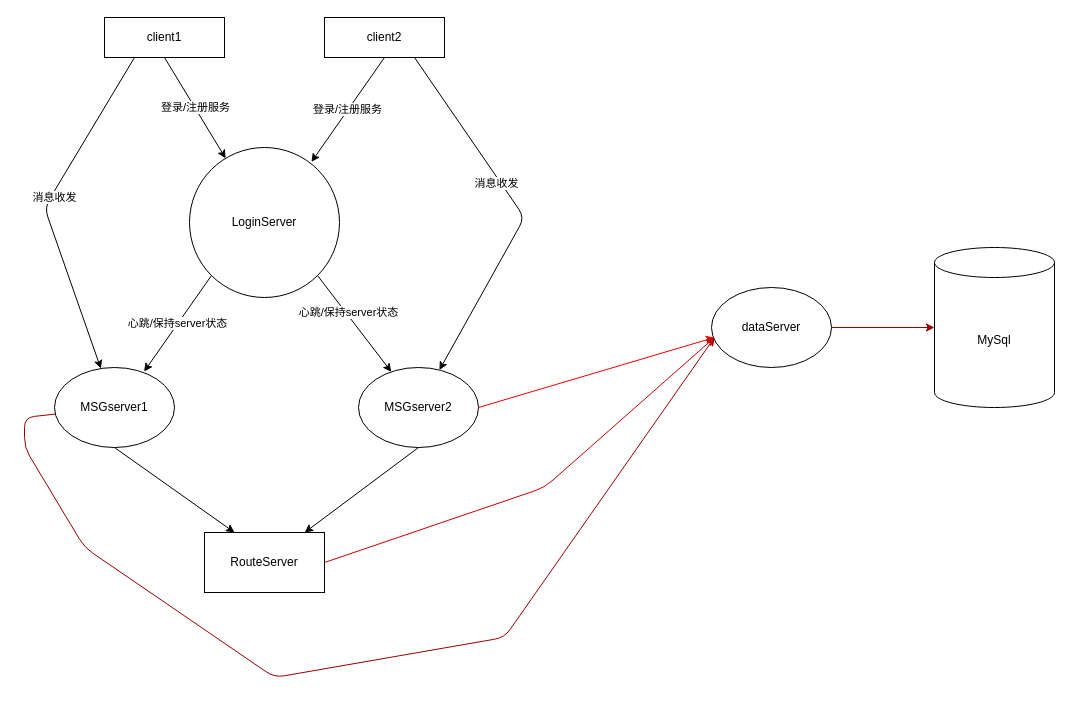
Above: mychat.drawio in Zzzzzya/MyChat (draw.io), before the change. Source tidied: cells renumbered, new cells numbered last; positions are measured from the earlier drawing's top-left corner, leaving out a move shared by most shapes. Both pictures are drawn from the tidied source at 100%, with x=0, y=0 at pixel (24, 17).
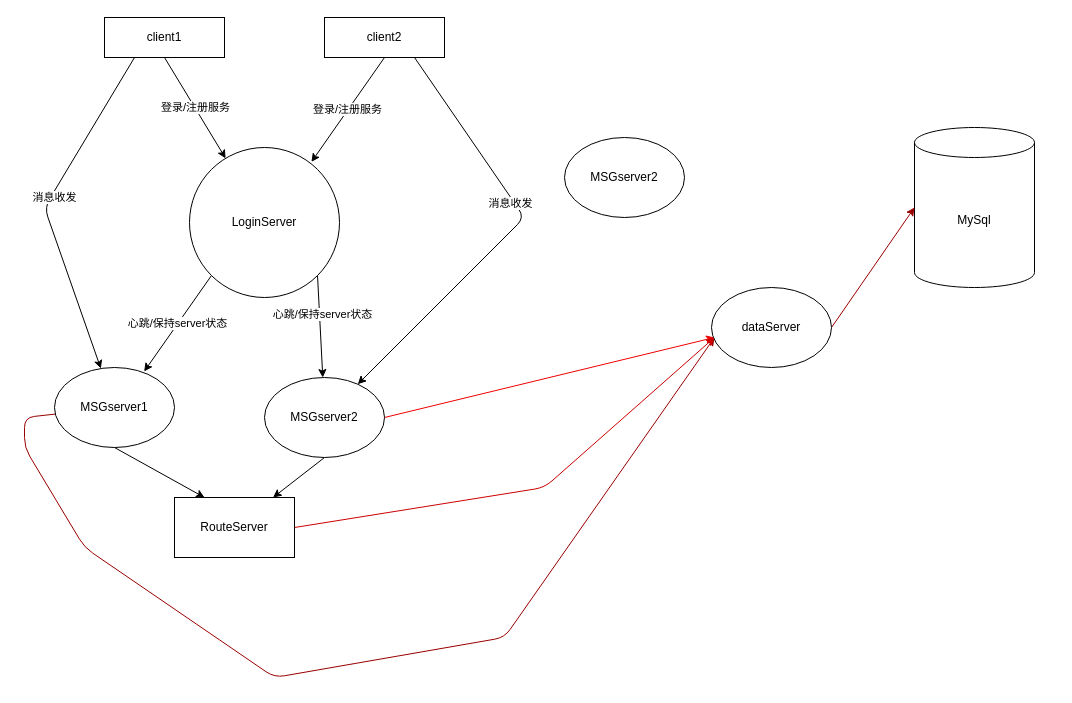
After the change.

The edit, as a diff of the source:
```diff
@@
     <mxCell id="18" value="MSGserver2" style="ellipse;whiteSpace=wrap;html=1;" parent="1" vertex="1">
-      <mxGeometry x="334" y="350" width="120" height="80" as="geometry" />
+      <mxGeometry x="240" y="360" width="120" height="80" as="geometry" />
     </mxCell>
     <mxCell id="19" value="MySql" style="shape=cylinder3;whiteSpace=wrap;html=1;boundedLbl=1;backgroundOutline=1;size=15;" parent="1" vertex="1">
-      <mxGeometry x="910" y="230" width="120" height="160" as="geometry" />
+      <mxGeometry x="890" y="110" width="120" height="160" as="geometry" />
     </mxCell>
@@
     <mxCell id="23" value="RouteServer" style="rounded=0;whiteSpace=wrap;html=1;" parent="1" vertex="1">
-      <mxGeometry x="180" y="515" width="120" height="60" as="geometry" />
+      <mxGeometry x="150" y="480" width="120" height="60" as="geometry" />
     </mxCell>
+    <mxCell id="24" value="MSGserver2" style="ellipse;whiteSpace=wrap;html=1;" parent="1" vertex="1">
+      <mxGeometry x="540" y="120" width="120" height="80" as="geometry" />
+    </mxCell>
```
